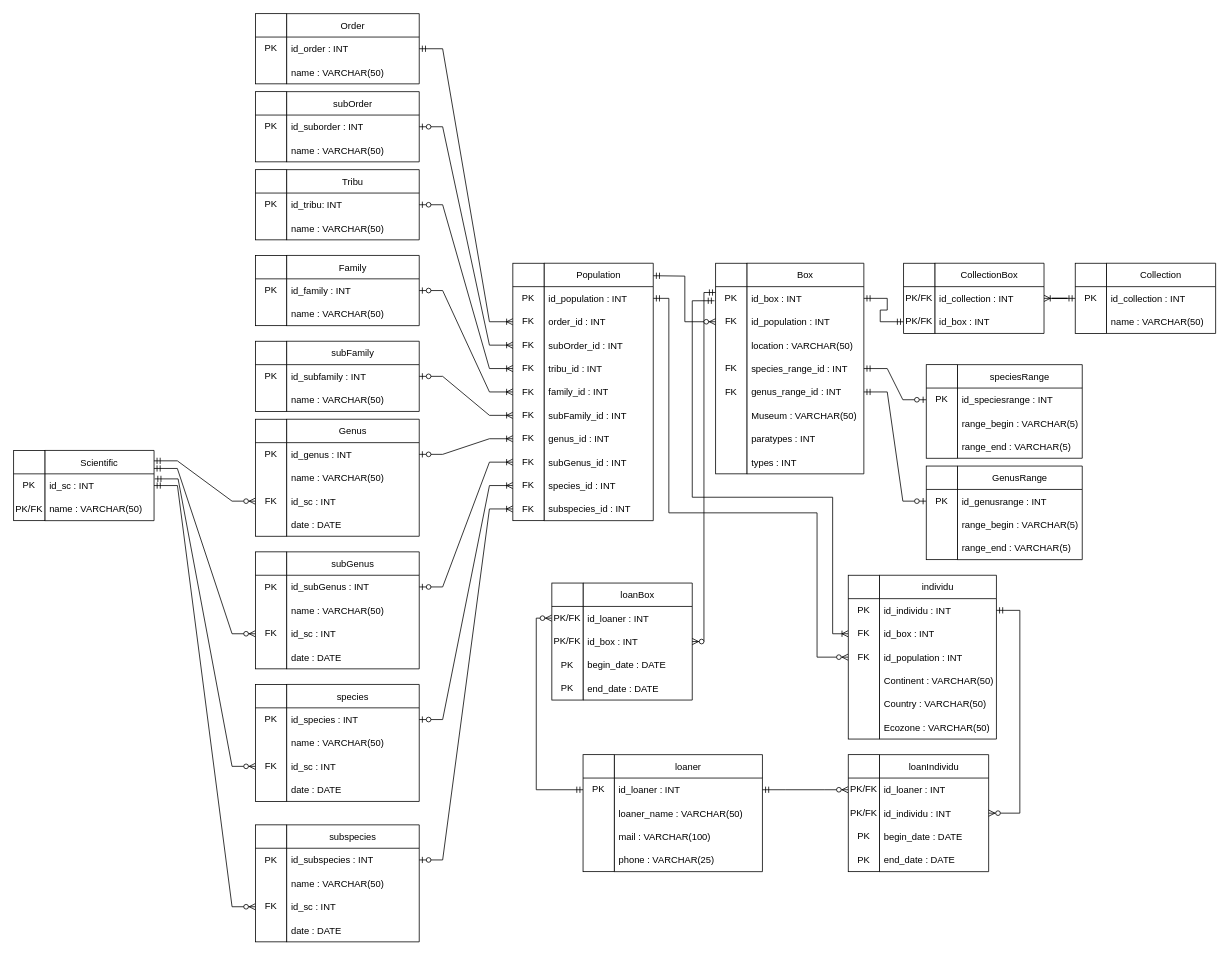
Simon13411/Memoire keeps this draw.io diagram as page "Physical" (1 of 3) of Diagramme/physical.drawio. Above is the earlier version. Source tidied: cells renumbered, new cells numbered last; positions are measured from the earlier drawing's top-left corner, leaving out a move shared by most shapes. Both pictures are drawn from the tidied source at 78%, with x=0, y=0 at pixel (13, 13).
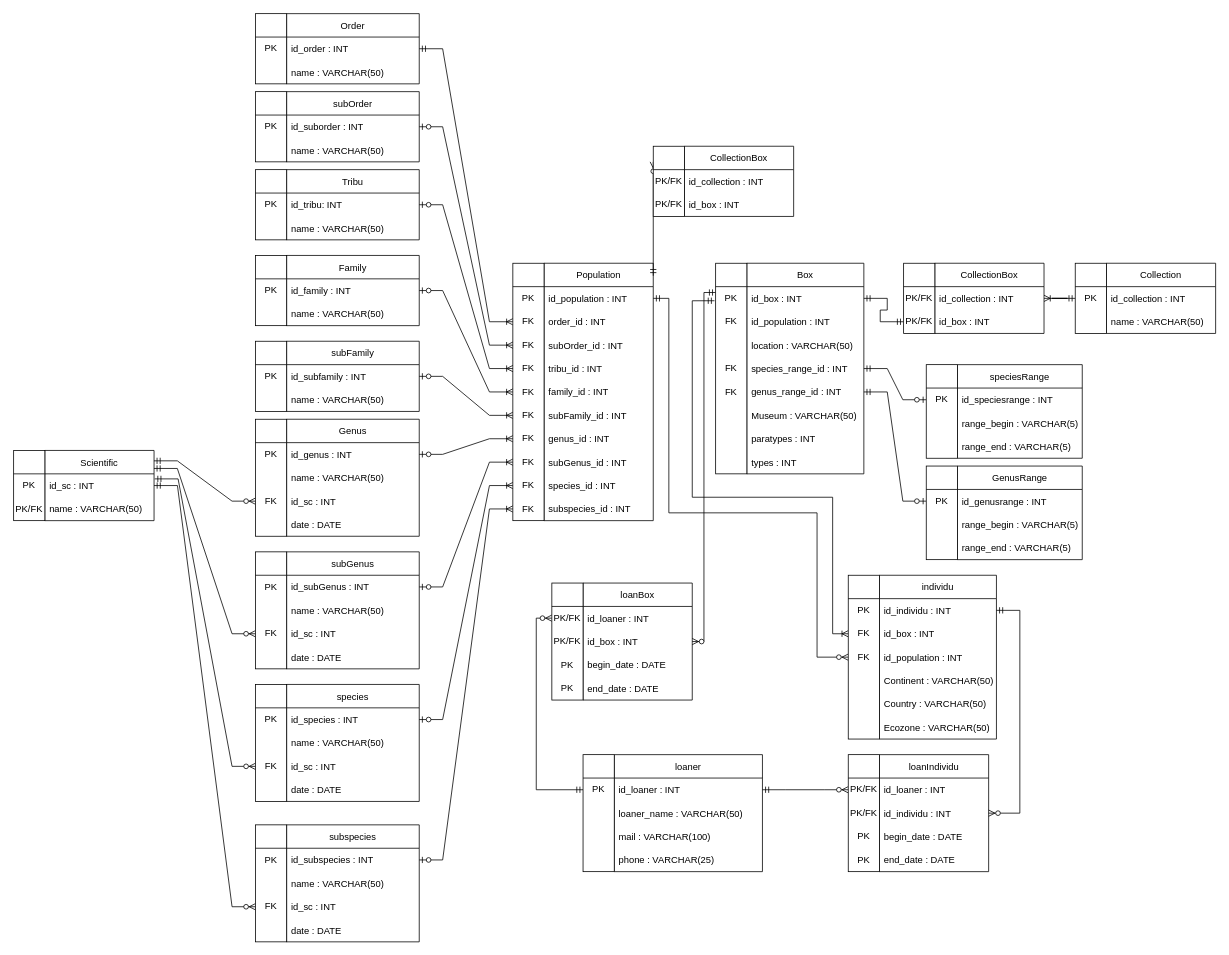
The same page after the edit.

Commit message:
Ajout "" et '' pour queries

Unchanged cells that the change refers to:
```xml
<mxCell id="171" value="FK" style="text;html=1;strokeColor=none;fillColor=none;align=center;verticalAlign=middle;whiteSpace=wrap;rounded=0;" parent="1" vertex="1">
  <mxGeometry x="900" y="380" width="40" height="30" as="geometry" />
</mxCell>
```

Diff of the diagram source:
```diff
@@
-    <mxCell id="99" style="edgeStyle=orthogonalEdgeStyle;fontSize=12;html=1;endArrow=ERzeroToMany;startArrow=ERmandOne;rounded=0;entryX=0;entryY=0.5;entryDx=0;entryDy=0;" parent="1" edge="1" target="171">
+    <mxCell id="99" style="edgeStyle=orthogonalEdgeStyle;fontSize=12;html=1;endArrow=ERzeroToMany;startArrow=ERmandOne;rounded=0;" parent="1" edge="1">
       <mxGeometry relative="1" as="geometry">
         <mxPoint x="820" y="336" as="sourcePoint" />
+        <mxPoint x="820" y="190" as="targetPoint" />
       </mxGeometry>
     </mxCell>
@@
+    <mxCell id="203" value="CollectionBox" style="swimlane;fontStyle=0;horizontal=1;startSize=30;" parent="1" vertex="1">
+      <mxGeometry x="860" y="170" width="140" height="90" as="geometry" />
+    </mxCell>
+    <mxCell id="204" value="id_collection : INT" style="text;strokeColor=none;fillColor=none;align=left;verticalAlign=middle;spacingLeft=4;spacingRight=4;overflow=hidden;fontStyle=0;" parent="203" vertex="1">
+      <mxGeometry y="30" width="140" height="30" as="geometry" />
+    </mxCell>
+    <mxCell id="205" value="id_box : INT" style="text;strokeColor=none;fillColor=none;align=left;verticalAlign=middle;spacingLeft=4;spacingRight=4;overflow=hidden;fontStyle=0;" parent="203" vertex="1">
+      <mxGeometry y="60" width="140" height="30" as="geometry" />
+    </mxCell>
+    <mxCell id="206" style="rounded=0;whiteSpace=wrap;html=1;" parent="1" vertex="1">
+      <mxGeometry x="820" y="170" width="40" height="90" as="geometry" />
+    </mxCell>
+    <mxCell id="207" value="PK/FK" style="text;html=1;strokeColor=none;fillColor=none;align=center;verticalAlign=middle;whiteSpace=wrap;rounded=0;" parent="1" vertex="1">
+      <mxGeometry x="820" y="200" width="40" height="30" as="geometry" />
+    </mxCell>
+    <mxCell id="208" style="endArrow=none;html=1;rounded=0;entryX=1;entryY=0;entryDx=0;entryDy=0;exitX=0;exitY=0;exitDx=0;exitDy=0;" parent="1" edge="1" source="207" target="207">
+      <mxGeometry relative="1" as="geometry" />
+    </mxCell>
+    <mxCell id="209" value="PK/FK" style="text;html=1;strokeColor=none;fillColor=none;align=center;verticalAlign=middle;whiteSpace=wrap;rounded=0;" parent="1" vertex="1">
+      <mxGeometry x="820" y="230" width="40" height="30" as="geometry" />
+    </mxCell>
```
